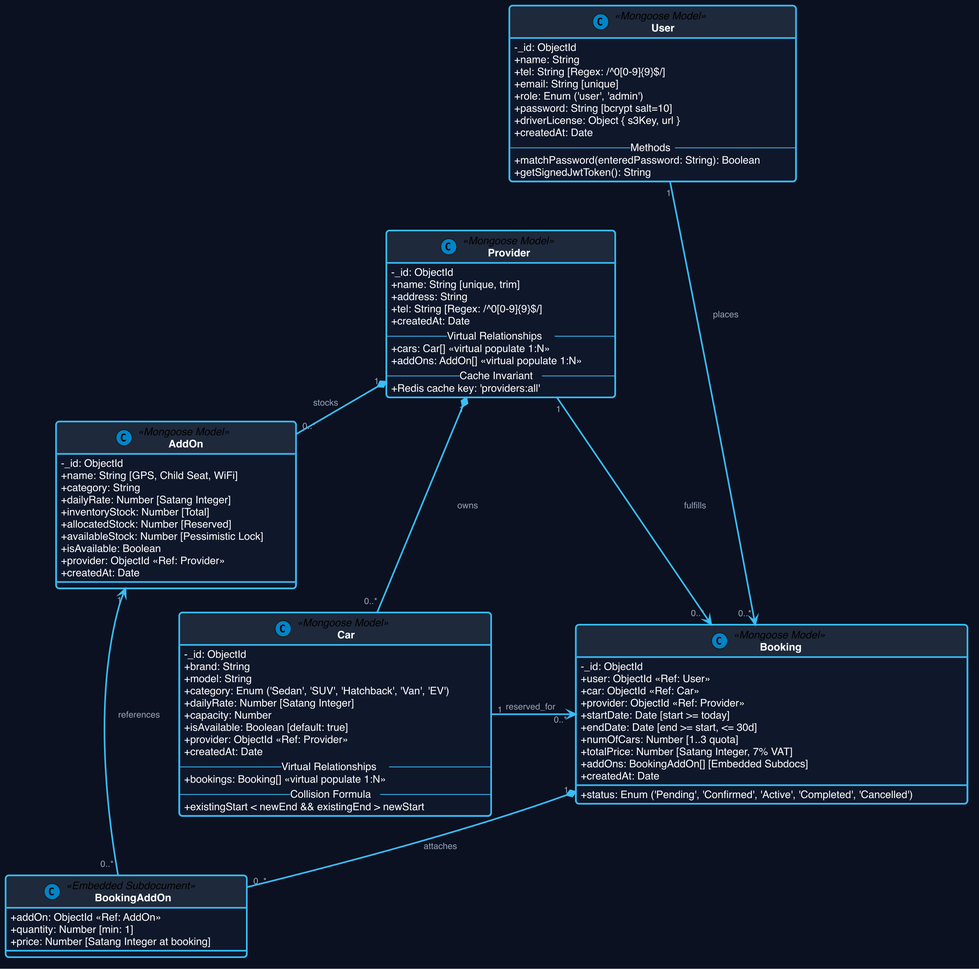
Before: docs/diagrams/class_diagram.png, a diagram exported from PlantUML (worawalan-s/rental-car-booking). Its source is kept beside it as docs/diagrams/class_diagram.puml.
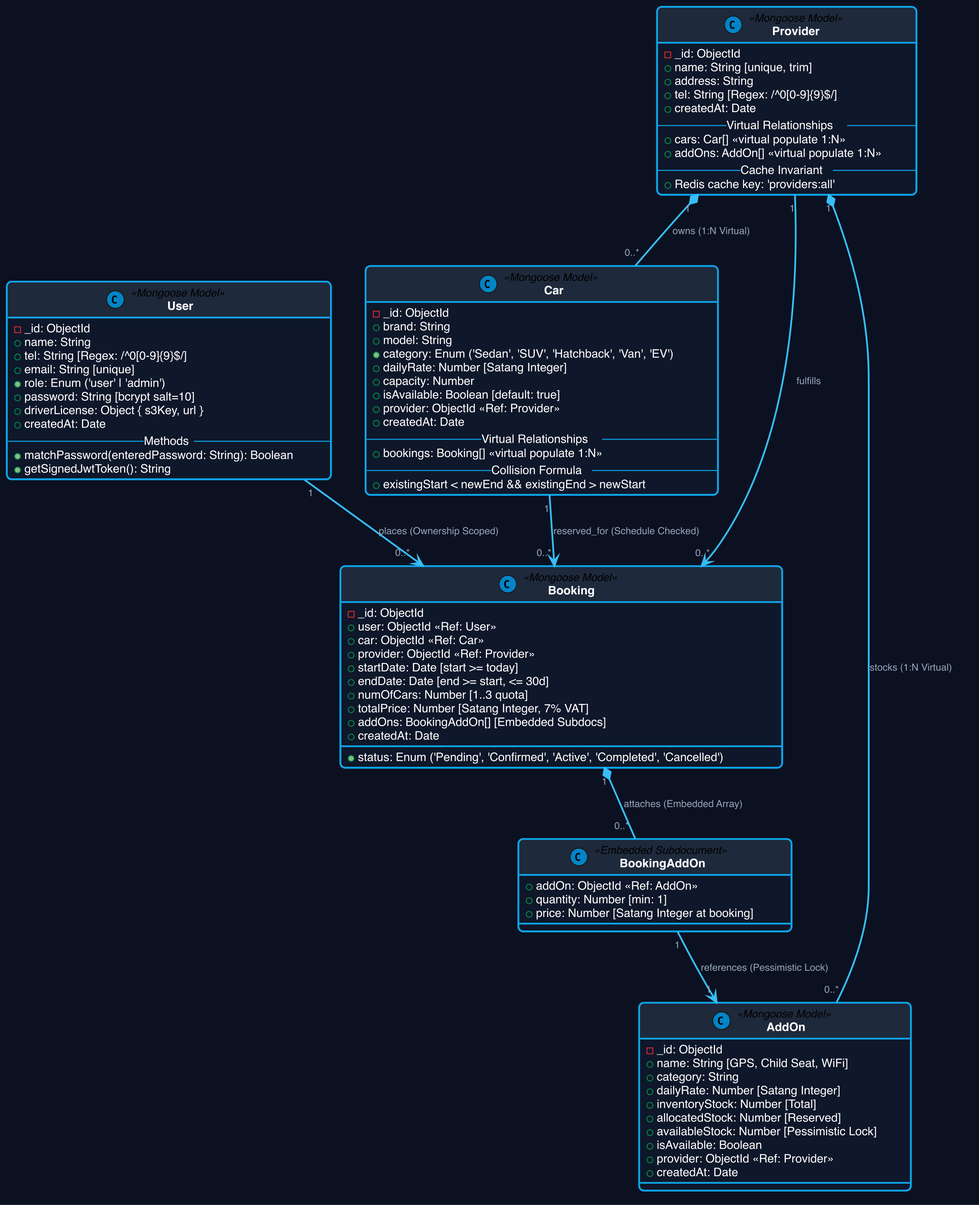
The same diagram one commit later.

Commit message:
docs(diagrams): restore original class diagram layout with bright white text and fix use case plain styling

Diff of the diagram source:
```diff
@@ -1,22 +1,20 @@
 @startuml class_diagram
 skinparam BackgroundColor #0B1120
-skinparam roundcorner 8
+skinparam roundcorner 10
 skinparam shadowing false
 skinparam defaultFontName "Helvetica, Arial, sans-serif"
-skinparam defaultFontSize 13
-
-skinparam classAttributeIconSize 0
+skinparam defaultFontSize 11
 
 skinparam class {
     BackgroundColor #0F172A
-    BorderColor #38BDF8
-    BorderThickness 2
+    BorderColor #0EA5E9
+    BorderThickness 1.8
     HeaderBackgroundColor #1E293B
     FontColor #FFFFFF
-    FontSize 15
+    FontSize 14
     FontStyle bold
     AttributeFontColor #FFFFFF
-    AttributeFontSize 13
+    AttributeFontSize 12
 }
 
 skinparam stereotypeCBackgroundColor #0284C7
@@ -24,9 +22,9 @@
 
 skinparam arrow {
     Color #38BDF8
-    Thickness 2
+    Thickness 1.8
     FontColor #94A3B8
-    FontSize 11
+    FontSize 10
 }
 
 class User <<Mongoose Model>> {
@@ -34,7 +32,7 @@
     +name: String
     +tel: String [Regex: /^0[0-9]{9}$/]
     +email: String [unique]
-    +role: Enum ('user', 'admin')
+    +role: Enum ('user' | 'admin')
     +password: String [bcrypt salt=10]
     +driverLicense: Object { s3Key, url }
     +createdAt: Date
@@ -43,18 +41,17 @@
     +getSignedJwtToken(): String
 }
 
-class Booking <<Mongoose Model>> {
+class Provider <<Mongoose Model>> {
     -_id: ObjectId
-    +user: ObjectId <<Ref: User>>
-    +car: ObjectId <<Ref: Car>>
-    +provider: ObjectId <<Ref: Provider>>
-    +startDate: Date [start >= today]
-    +endDate: Date [end >= start, <= 30d]
-    +numOfCars: Number [1..3 quota]
-    +status: Enum ('Pending', 'Confirmed', 'Active', 'Completed', 'Cancelled')
-    +totalPrice: Number [Satang Integer, 7% VAT]
-    +addOns: BookingAddOn[] [Embedded Subdocs]
+    +name: String [unique, trim]
+    +address: String
+    +tel: String [Regex: /^0[0-9]{9}$/]
     +createdAt: Date
+    -- Virtual Relationships --
+    +cars: Car[] <<virtual populate 1:N>>
+    +addOns: AddOn[] <<virtual populate 1:N>>
+    -- Cache Invariant --
+    +Redis cache key: 'providers:all'
 }
 
 class Car <<Mongoose Model>> {
@@ -73,17 +70,18 @@
     +existingStart < newEnd && existingEnd > newStart
 }
 
-class Provider <<Mongoose Model>> {
+class Booking <<Mongoose Model>> {
     -_id: ObjectId
-    +name: String [unique, trim]
-    +address: String
-    +tel: String [Regex: /^0[0-9]{9}$/]
+    +user: ObjectId <<Ref: User>>
+    +car: ObjectId <<Ref: Car>>
+    +provider: ObjectId <<Ref: Provider>>
+    +startDate: Date [start >= today]
+    +endDate: Date [end >= start, <= 30d]
+    +numOfCars: Number [1..3 quota]
+    +status: Enum ('Pending', 'Confirmed', 'Active', 'Completed', 'Cancelled')
+    +totalPrice: Number [Satang Integer, 7% VAT]
+    +addOns: BookingAddOn[] [Embedded Subdocs]
     +createdAt: Date
-    -- Virtual Relationships --
-    +cars: Car[] <<virtual populate 1:N>>
-    +addOns: AddOn[] <<virtual populate 1:N>>
-    -- Cache Invariant --
-    +Redis cache key: 'providers:all'
 }
 
 class AddOn <<Mongoose Model>> {
@@ -105,13 +103,12 @@
     +price: Number [Satang Integer at booking]
 }
 
-User "1" -right-> "0..*" Booking : places
-Booking "0..*" <-left- "1" Car : reserved_for
-User -[hidden]down-> Provider
-Provider "1" *-right- "0..*" AddOn : stocks
-Provider "1" *-- "0..*" Car : owns
+Provider "1" *-- "0..*" Car : owns (1:N Virtual)
+Provider "1" *-- "0..*" AddOn : stocks (1:N Virtual)
+User "1" --> "0..*" Booking : places (Ownership Scoped)
+Car "1" --> "0..*" Booking : reserved_for (Schedule Checked)
 Provider "1" --> "0..*" Booking : fulfills
-Booking "1" *-down- "0..*" BookingAddOn : attaches
-BookingAddOn "0..*" -left-> "1" AddOn : references
+Booking "1" *-- "0..*" BookingAddOn : attaches (Embedded Array)
+BookingAddOn "1" --> "1" AddOn : references (Pessimistic Lock)
 
 @enduml
```
